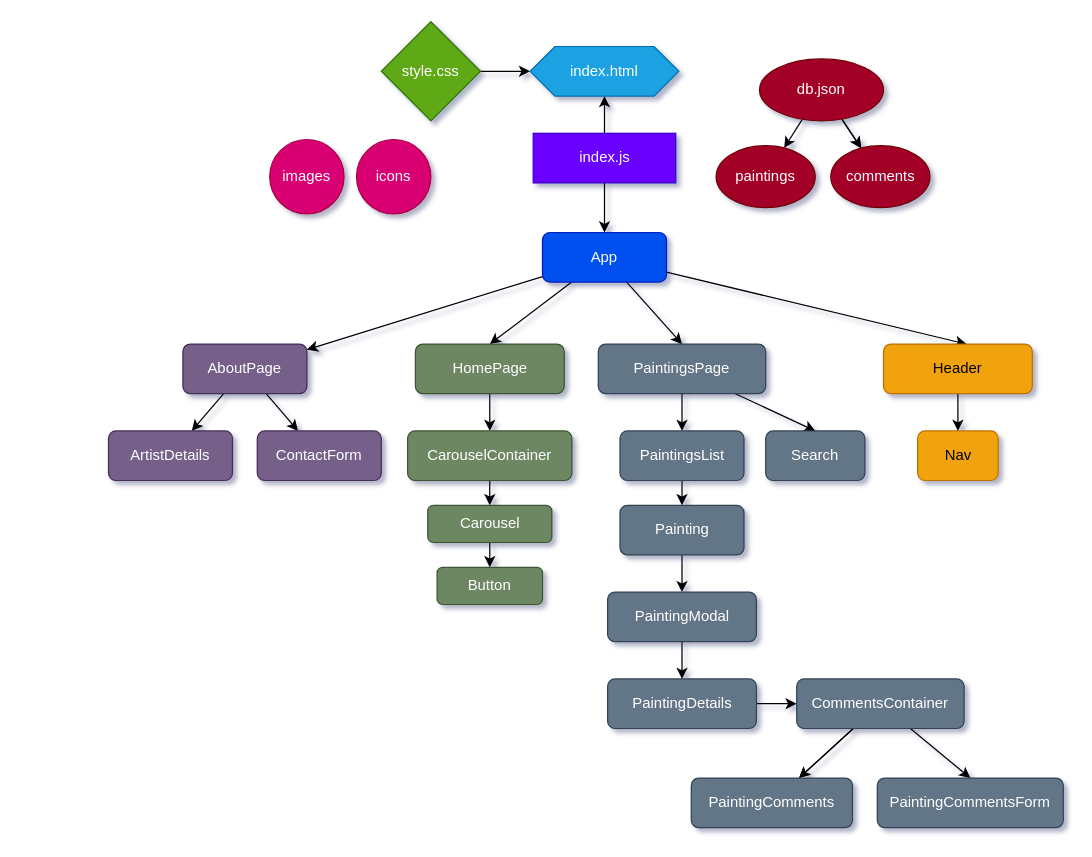
Before: .drawio in dmostoller/phase-2-project, a draw.io diagram. Source tidied: cells renumbered, new cells numbered last; positions are measured from the earlier drawing's top-left corner, leaving out a move shared by most shapes. Both pictures are drawn from the tidied source at 124%, with x=0, y=0 at pixel (108, 21).
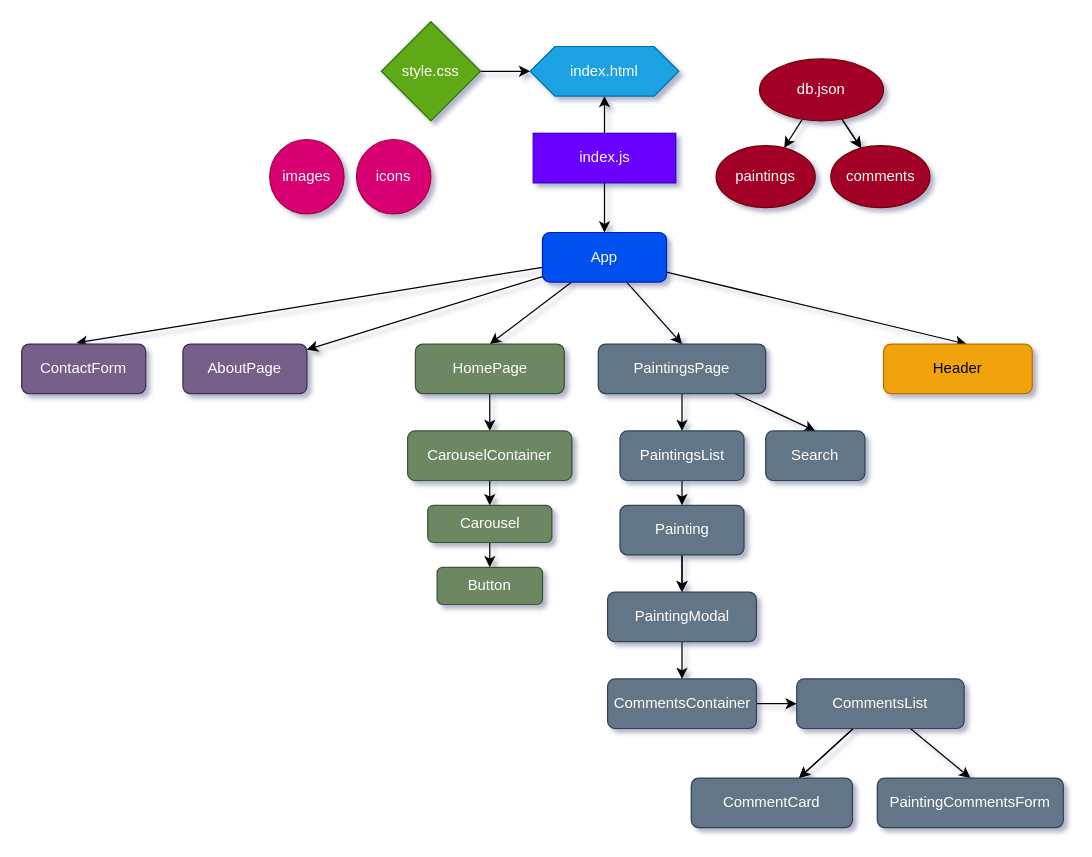
After the change.

The change refers to these unchanged cells:
```xml
<mxCell id="6" value="App" style="rounded=1;whiteSpace=wrap;html=1;fillColor=#0050ef;strokeColor=#001DBC;fontColor=#ffffff;" parent="1" vertex="1">
  <mxGeometry x="350" y="170" width="100" height="40" as="geometry" />
</mxCell>
<mxCell id="11" value="Painting" style="rounded=1;whiteSpace=wrap;html=1;fillColor=#647687;fontColor=#ffffff;strokeColor=#314354;" parent="1" vertex="1">
  <mxGeometry x="412.5" y="390" width="100" height="40" as="geometry" />
</mxCell>
<mxCell id="13" value="Header" style="rounded=1;whiteSpace=wrap;html=1;fillColor=#f0a30a;fontColor=#000000;strokeColor=#BD7000;" parent="1" vertex="1">
  <mxGeometry x="625" y="260" width="120" height="40" as="geometry" />
</mxCell>
<mxCell id="30" value="AboutPage" style="rounded=1;whiteSpace=wrap;html=1;fillColor=#76608a;fontColor=#ffffff;strokeColor=#432D57;" parent="1" vertex="1">
  <mxGeometry x="60" y="260" width="100" height="40" as="geometry" />
</mxCell>
<mxCell id="34" value="PaintingModal" style="rounded=1;whiteSpace=wrap;html=1;fillColor=#647687;fontColor=#ffffff;strokeColor=#314354;" parent="1" vertex="1">
  <mxGeometry x="402.5" y="460" width="120" height="40" as="geometry" />
</mxCell>
```

The edit, as a diff of the source:
```diff
@@
+    <mxCell id="54" style="edgeStyle=none;html=1;entryX=0.44;entryY=-0.025;entryDx=0;entryDy=0;entryPerimeter=0;" parent="1" edge="1" source="6" target="32">
+      <mxGeometry relative="1" as="geometry" />
+    </mxCell>
@@
+    <mxCell id="55" style="edgeStyle=none;html=1;" parent="1" edge="1" source="11" target="34">
+      <mxGeometry relative="1" as="geometry" />
+    </mxCell>
@@
-    <mxCell id="12" style="edgeStyle=none;html=1;rounded=1;" parent="1" edge="1" source="13" target="36">
-      <mxGeometry relative="1" as="geometry" />
-    </mxCell>
@@
-    <mxCell id="17" value="PaintingDetails" style="whiteSpace=wrap;html=1;rounded=1;fillColor=#647687;fontColor=#ffffff;strokeColor=#314354;" parent="1" vertex="1">
+    <mxCell id="17" value="CommentsContainer" style="whiteSpace=wrap;html=1;rounded=1;fillColor=#647687;fontColor=#ffffff;strokeColor=#314354;" parent="1" vertex="1">
       <mxGeometry x="402.5" y="530" width="120" height="40" as="geometry" />
     </mxCell>
@@
-    <mxCell id="21" value="CommentsContainer" style="whiteSpace=wrap;html=1;rounded=1;fillColor=#647687;fontColor=#ffffff;strokeColor=#314354;" parent="1" vertex="1">
+    <mxCell id="21" value="CommentsList" style="whiteSpace=wrap;html=1;rounded=1;fillColor=#647687;fontColor=#ffffff;strokeColor=#314354;" parent="1" vertex="1">
       <mxGeometry x="555" y="530" width="135" height="40" as="geometry" />
     </mxCell>
@@
-    <mxCell id="28" style="edgeStyle=none;html=1;rounded=1;" parent="1" edge="1" source="30" target="31">
-      <mxGeometry relative="1" as="geometry" />
-    </mxCell>
-    <mxCell id="29" style="edgeStyle=none;html=1;rounded=1;" parent="1" edge="1" source="30" target="32">
-      <mxGeometry relative="1" as="geometry" />
-    </mxCell>
@@
-    <mxCell id="31" value="ArtistDetails" style="rounded=1;whiteSpace=wrap;html=1;fillColor=#76608a;fontColor=#ffffff;strokeColor=#432D57;" parent="1" vertex="1">
-      <mxGeometry y="330" width="100" height="40" as="geometry" />
-    </mxCell>
     <mxCell id="32" value="ContactForm" style="rounded=1;whiteSpace=wrap;html=1;fillColor=#76608a;fontColor=#ffffff;strokeColor=#432D57;" parent="1" vertex="1">
-      <mxGeometry x="120" y="330" width="100" height="40" as="geometry" />
+      <mxGeometry x="-70" y="260" width="100" height="40" as="geometry" />
     </mxCell>
@@
-    <mxCell id="35" value="PaintingComments" style="whiteSpace=wrap;html=1;rounded=1;fillColor=#647687;fontColor=#ffffff;strokeColor=#314354;" parent="1" vertex="1">
+    <mxCell id="35" value="CommentCard" style="whiteSpace=wrap;html=1;rounded=1;fillColor=#647687;fontColor=#ffffff;strokeColor=#314354;" parent="1" vertex="1">
       <mxGeometry x="470" y="610" width="130" height="40" as="geometry" />
     </mxCell>
-    <mxCell id="36" value="Nav" style="rounded=1;whiteSpace=wrap;html=1;fillColor=#f0a30a;fontColor=#000000;strokeColor=#BD7000;" parent="1" vertex="1">
-      <mxGeometry x="652.5" y="330" width="65" height="40" as="geometry" />
-    </mxCell>
```
